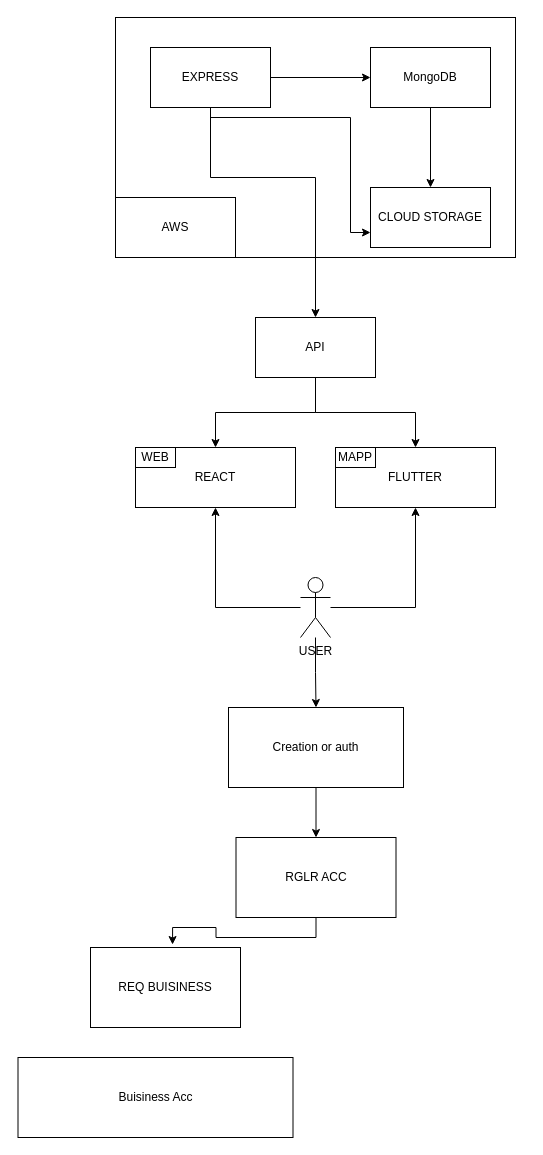
Above: draw.io/Untitled Diagram.drawio in onlymachiavelli/draw.io (draw.io), before the change. Source tidied: cells renumbered, new cells numbered last; positions are measured from the earlier drawing's top-left corner, leaving out a move shared by most shapes. Both pictures are drawn from the tidied source at 100%, with x=0, y=0 at pixel (18, 17).
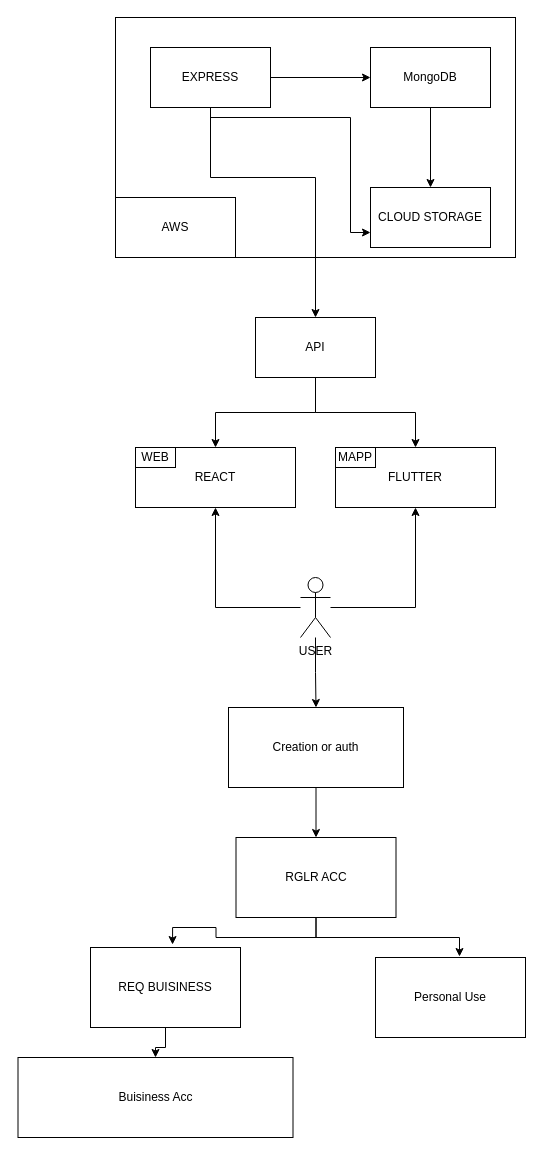
The same diagram, later.

Commit message:
personal use

Unchanged cells that the change refers to:
```xml
<mxCell id="25" value="RGLR ACC" style="rounded=0;whiteSpace=wrap;html=1;" parent="1" vertex="1">
  <mxGeometry x="217.5" y="820" width="160" height="80" as="geometry" />
</mxCell>
<mxCell id="26" value="Buisiness Acc" style="rounded=0;whiteSpace=wrap;html=1;" parent="1" vertex="1">
  <mxGeometry x="-0.5" y="1040" width="275" height="80" as="geometry" />
</mxCell>
<mxCell id="27" value="REQ BUISINESS" style="rounded=0;whiteSpace=wrap;html=1;" parent="1" vertex="1">
  <mxGeometry x="72" y="930" width="150" height="80" as="geometry" />
</mxCell>
```

Diff of the diagram source:
```diff
@@
+    <mxCell id="28" style="edgeStyle=orthogonalEdgeStyle;rounded=0;jettySize=auto;html=1;entryX=0.56;entryY=-0.012;entryDx=0;entryDy=0;entryPerimeter=0;" parent="1" edge="1" source="25" target="30">
+      <mxGeometry relative="1" as="geometry" />
+    </mxCell>
@@
+    <mxCell id="29" style="edgeStyle=orthogonalEdgeStyle;rounded=0;jettySize=auto;html=1;" parent="1" edge="1" source="27" target="26">
+      <mxGeometry relative="1" as="geometry" />
+    </mxCell>
@@
+    <mxCell id="30" value="Personal Use" style="rounded=0;whiteSpace=wrap;html=1;" parent="1" vertex="1">
+      <mxGeometry x="357" y="940" width="150" height="80" as="geometry" />
+    </mxCell>
```
